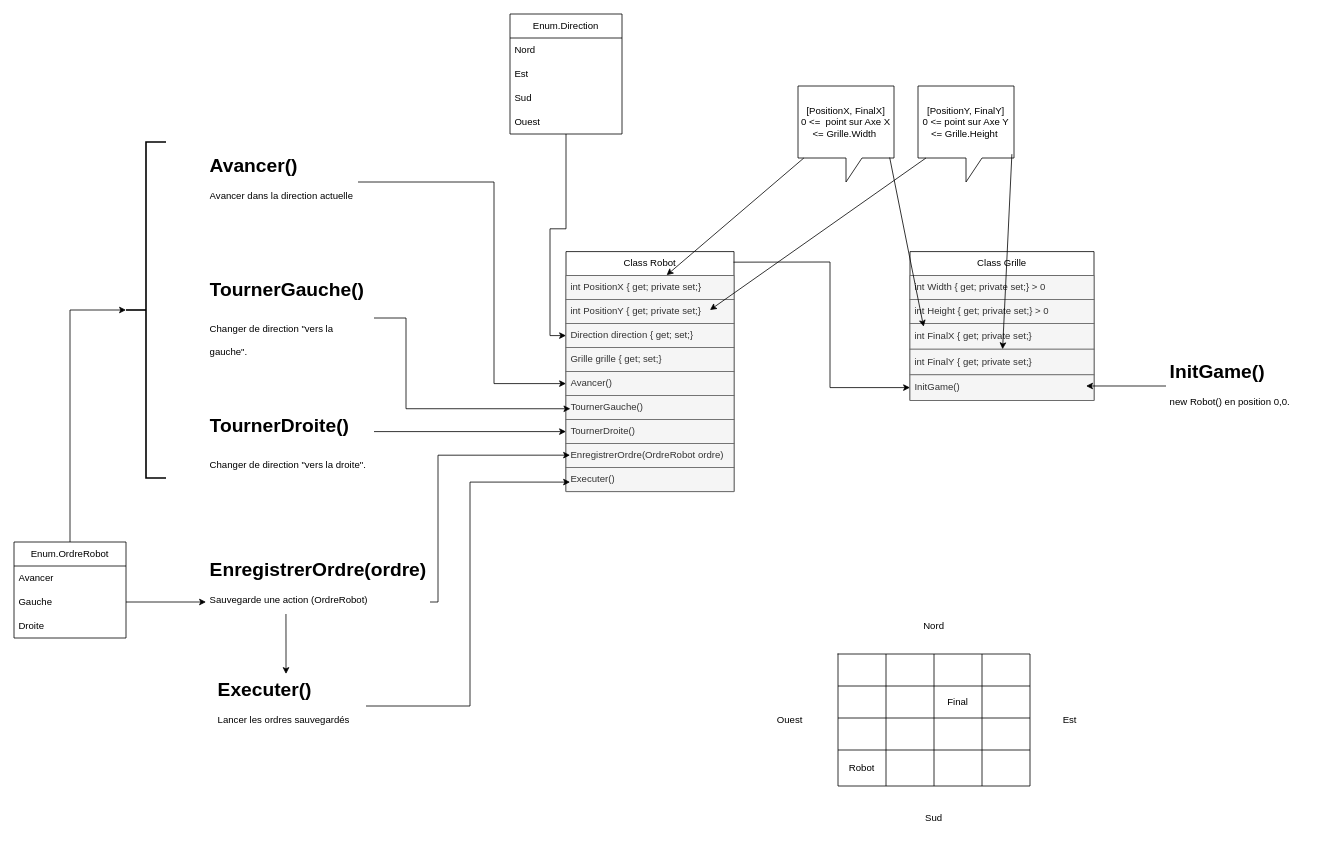
Before: ExoSupp.drawio in A-LTran/TFTIC_OO_ExoSupp_Delegue, a draw.io diagram. Source tidied: cells renumbered, new cells numbered last; positions are measured from the earlier drawing's top-left corner, leaving out a move shared by most shapes. Both pictures are drawn from the tidied source at 80%, with x=0, y=0 at pixel (14, 14).
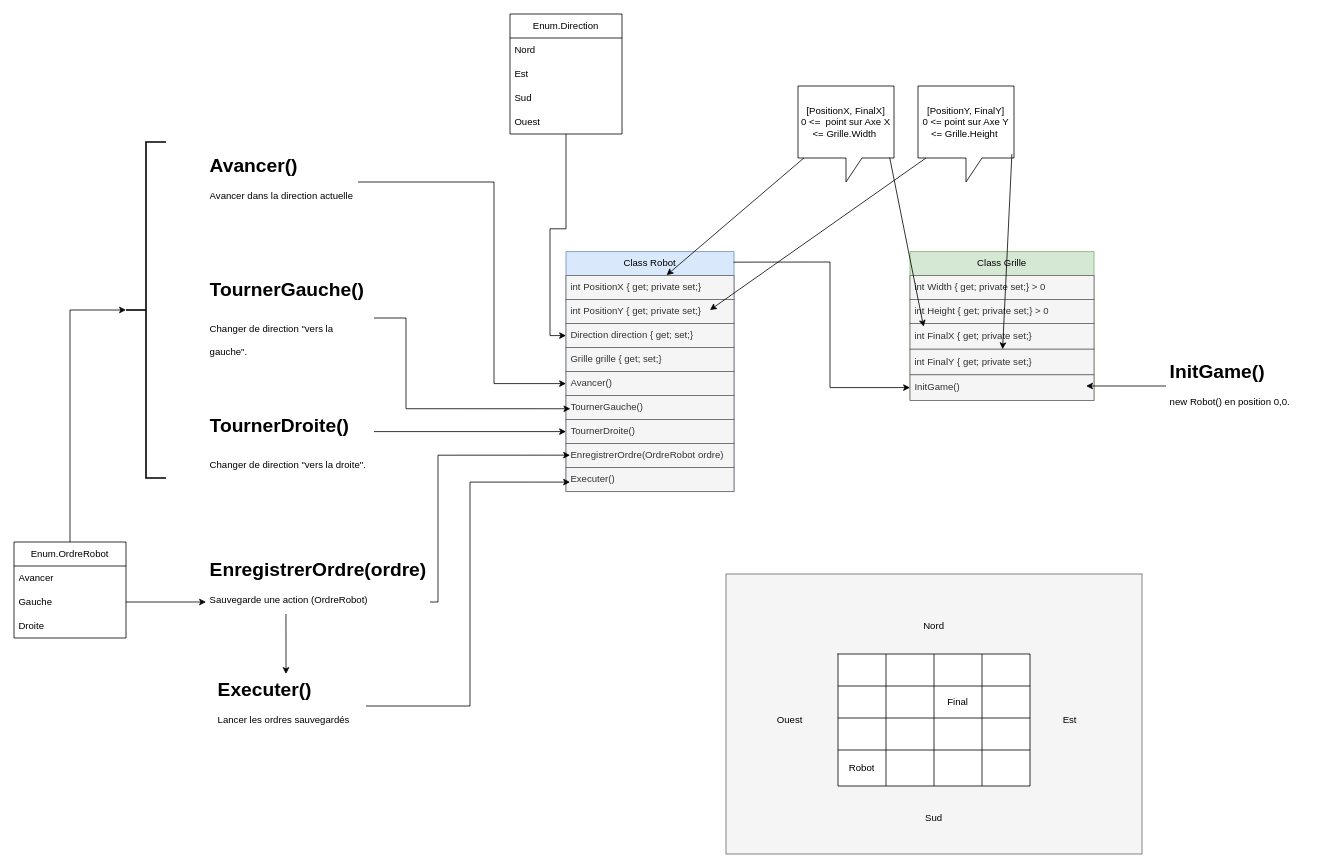
The same diagram, later.

Diff of the diagram source:
```diff
@@
-    <mxCell id="2" value="Class Grille" style="swimlane;fontStyle=0;horizontal=1;startSize=30;whiteSpace=wrap;html=1;" parent="1" vertex="1">
+    <mxCell id="2" value="Class Grille" style="swimlane;fontStyle=0;horizontal=1;startSize=30;whiteSpace=wrap;html=1;fillColor=#d5e8d4;strokeColor=#82b366;" parent="1" vertex="1">
       <mxGeometry x="1120" y="297" width="230" height="186" as="geometry" />
     </mxCell>
@@
-    <mxCell id="8" value="Class Robot" style="swimlane;fontStyle=0;horizontal=1;startSize=30;whiteSpace=wrap;html=1;" parent="1" vertex="1">
+    <mxCell id="8" value="Class Robot" style="swimlane;fontStyle=0;horizontal=1;startSize=30;whiteSpace=wrap;html=1;fillColor=#dae8fc;strokeColor=#6c8ebf;" parent="1" vertex="1">
       <mxGeometry x="690" y="297" width="210" height="300" as="geometry" />
     </mxCell>
@@
-    <mxCell id="49" style="group;" parent="1" vertex="1">
+    <mxCell id="49" style="group;fillColor=#f5f5f5;fontColor=#333333;strokeColor=#666666;" parent="1" vertex="1">
       <mxGeometry x="890" y="700" width="520" height="350" as="geometry" />
     </mxCell>
```
